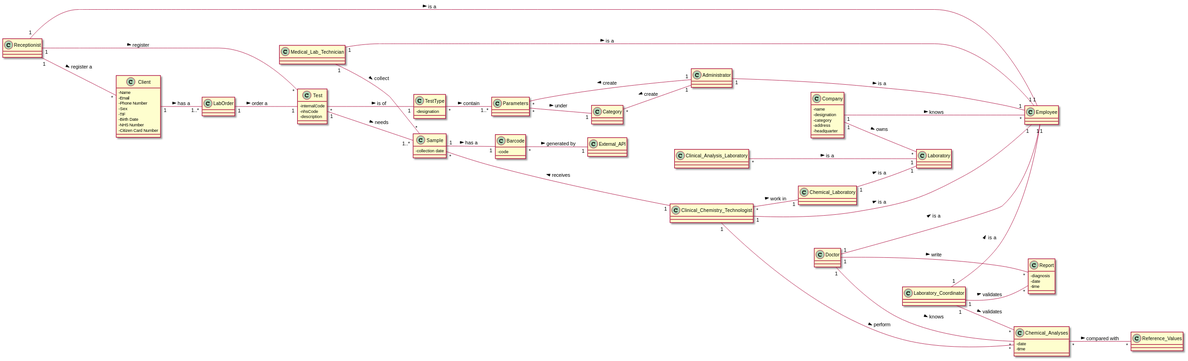
Before: docs/SprintA/DM.svg, a diagram exported from PlantUML (manu-07-ela/LAPR2_ISEP).
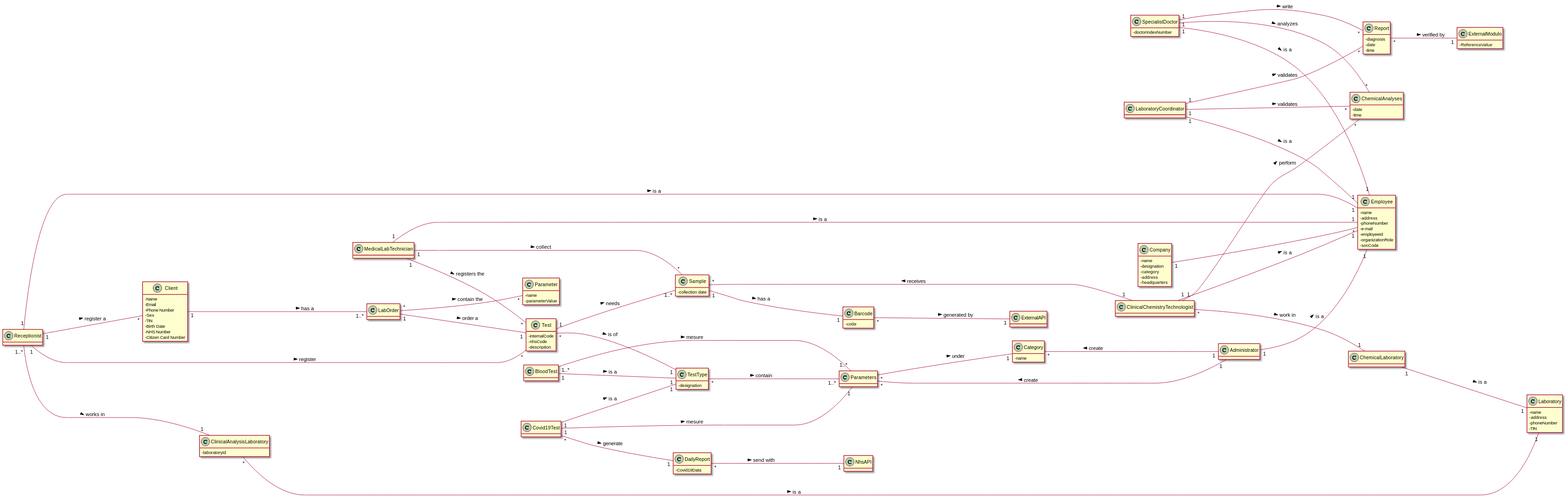
The same diagram one commit later.

The edit, as a diff of the source:
```diff
@@ -1,45 +1,50 @@
 @startuml
+
+hide methods
+left to right direction
 skinparam classAttributeIconSize 0
-left to right direction
-class Company
-class Employee
-class Clinical_Analysis_Laboratory
-class Receptionist
-class Test
-class TestType
-class Category
-class Parameters
-class Sample
-class Medical_Lab_Technician
-class Doctor
-class Report
-class Chemical_Analyses
-class Chemical_Laboratory
-class Clinical_Chemistry_Technologist
-class LabOrder
-class Client
-class Laboratory_Coordinator
-class Administrator
-class Laboratory
-class External_API
-class Reference_Values
-class Barcode
 
 class Company{
 -name
 -designation
 -category
 -address
--headquarter
+-headquarters
 }
+
+class Employee{
+-name
+-address
+-phoneNumber
+-e-mail
+-employeeId
+-organizationRole
+-socCode
+}
+
+class TestType{
+-designation
+}
+
+class SpecialistDoctor  {
+-doctorIndexNumber
+}
+
 class Laboratory{
+-name
+-address
+-phoneNumber
+-TIN
 }
+
 class Barcode{
 -code
 }
 
 class Report{
 -diagnosis
+-date
+-time
 }
 
 class Sample{
@@ -50,10 +55,6 @@
 -internalCode
 -nhsCode
 -description
-
-}
-class TestType{
--designation
 }
 
 class Client{
@@ -61,54 +62,120 @@
  - Email
  - Phone Number
  - Sex
- - TIF
+ - TIN
  - Birth Date
  - NHS Number
  - Citizen Card Number
+}
+
+class Receptionist{
 
 }
-class Chemical_Analyses{
--date
--time
+
+class ClinicalAnalysisLaboratory{
+-laboratoryId
 }
-class Report{
+
+class ChemicalAnalyses{
 -date
 -time
 }
 
+class Parameter{
+-name
+-parameterValue
+}
 
-Company "1"---"*" Employee : knows >
-Company "1"--"*" Laboratory : owns >
-Clinical_Analysis_Laboratory "*"---"1" Laboratory : is a >
-Chemical_Laboratory "1"--"1" Laboratory : is a >
-Receptionist "1"--"1" Employee : is a >
-Laboratory_Coordinator "1"--"1" Employee : is a >
-Medical_Lab_Technician "1"--"1" Employee : is a >
-Administrator "1"--"1" Employee : is a >
-Doctor "1"---"1" Employee : is a >
-Clinical_Chemistry_Technologist "1"----"1" Employee : is a >
-Receptionist "1"---"*" Client : register a >
-Receptionist "1"-"*" Test : register >
-Client "1"--"1..*" LabOrder : has a >
-LabOrder "1"--"1" Test : order a >
-Test "*"---"1" TestType : is of >
-Test "1"---"1..*" Sample : needs >
-Medical_Lab_Technician "1"---"*" Sample : collect >
-Sample "*"----"1" Clinical_Chemistry_Technologist : < receives
-Sample "1"--"1" Barcode : has a >
-Barcode "*"--"1" External_API : generated by >
-Clinical_Chemistry_Technologist "*"--"1" Chemical_Laboratory : work in >
-Clinical_Chemistry_Technologist "1"--"*" Chemical_Analyses : perform >
-TestType "*"--"1..*" Parameters : contain >
-Parameters "*"--"1" Category : under >
-Category "*"--"1" Administrator : < create
-Parameters "*"---"1"Administrator : < create
-Doctor "1"-"*" Chemical_Analyses : knows >
-Doctor "1"---"*" Report : write >
-Laboratory_Coordinator "1"--"*" Report : validates >
-Laboratory_Coordinator "1"--"*" Chemical_Analyses : validates >
-Chemical_Analyses "*"--"*" Reference_Values : compared with >
+class Category{
+-name
+}
 
+class MedicalLabTechnician{
+
+}
+
+class ChemicalLaboratory{
+
+}
+
+class ClinicalChemistryTechnologist{
+
+}
+
+class LabOrder{
+
+}
+
+class LaboratoryCoordinator{
+
+}
+
+class Administrator{
+
+}
+
+class ExternalAPI{
+
+}
+
+class ExternalModulo {
+-ReferenceValue
+}
+
+class NhsAPI{
+
+}
+
+class BloodTest{
+
+}
+
+class Covid19Test{
+}
+class DailyReport{
+-Covid19Data
+}
+
+
+Company "1"----"*" Employee
+ClinicalAnalysisLaboratory "*"----"1" Laboratory : is a >
+ChemicalLaboratory "1"---"1" Laboratory : is a >
+MedicalLabTechnician "1"---"1" Employee : is a >
+Administrator "1"---"1" Employee : is a >
+ClinicalChemistryTechnologist "1"---"1" Employee : is a >
+Receptionist "1"---"1" Employee : is a >
+Receptionist "1"----"*" Client : register a >
+Receptionist "1"----"*" Test : register >
+Client "1"----"1..*" LabOrder : has a >
+LabOrder "1"----"1" Test : order a >
+LabOrder "*"----"*" Parameter: contain the >
+Test "*"----"1" TestType : is of >
+Test "1"----"1..*" Sample : needs >
+TestType "*"----"1..*" Parameters : contain >
+MedicalLabTechnician "1"----"*" Sample : collect >
+MedicalLabTechnician "1"----"*" Test: registers the >
+Sample "*"----"1" ClinicalChemistryTechnologist : < receives
+Sample "1"----"1" Barcode : has a >
+Barcode "*"----"1" ExternalAPI : generated by >
+ClinicalChemistryTechnologist "*"----"1" ChemicalLaboratory : work in >
+ClinicalChemistryTechnologist "1"----"*" ChemicalAnalyses : perform >
+Category "*"----"1" Administrator : < create
+Parameters "*"----"1" Category : under >
+Parameters "*"----"1"Administrator : < create
+SpecialistDoctor "1"----"1" Employee : is a >
+SpecialistDoctor "1"----"*" ChemicalAnalyses : analyzes >
+SpecialistDoctor "1"----"*" Report : write >
+LaboratoryCoordinator "1"----"1" Employee : is a >
+LaboratoryCoordinator "1"----"*" Report : validates >
+LaboratoryCoordinator "1"----"*" ChemicalAnalyses : validates >
+Report "*"--"1" ExternalModulo: verified by >
+Covid19Test "1"----"1" TestType : is a >
+BloodTest "1"----"1" TestType : is a >
+Covid19Test "1"----"1" Parameters : mesure >
+BloodTest "1..*"----"1..*" Parameters : mesure >
+Covid19Test "*"----"1" DailyReport : generate >
+DailyReport "*"----"1" NhsAPI : send with >
+Receptionist "1..*"----"1" ClinicalAnalysisLaboratory : works in >
 
 
 
```
